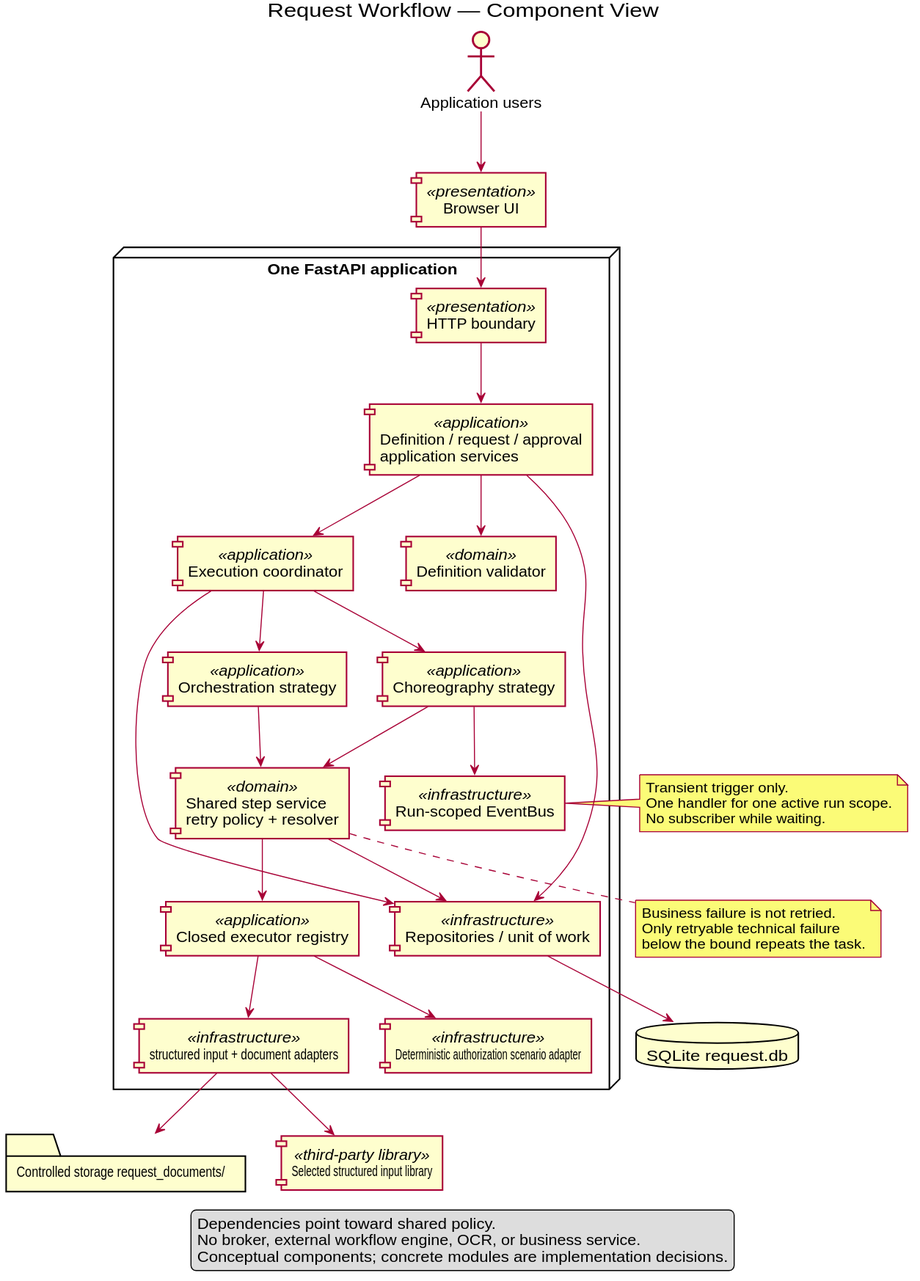
Before: docs/architecture/uml/rendered/component-view.svg, a diagram exported from PlantUML (MAES1102/WMS).
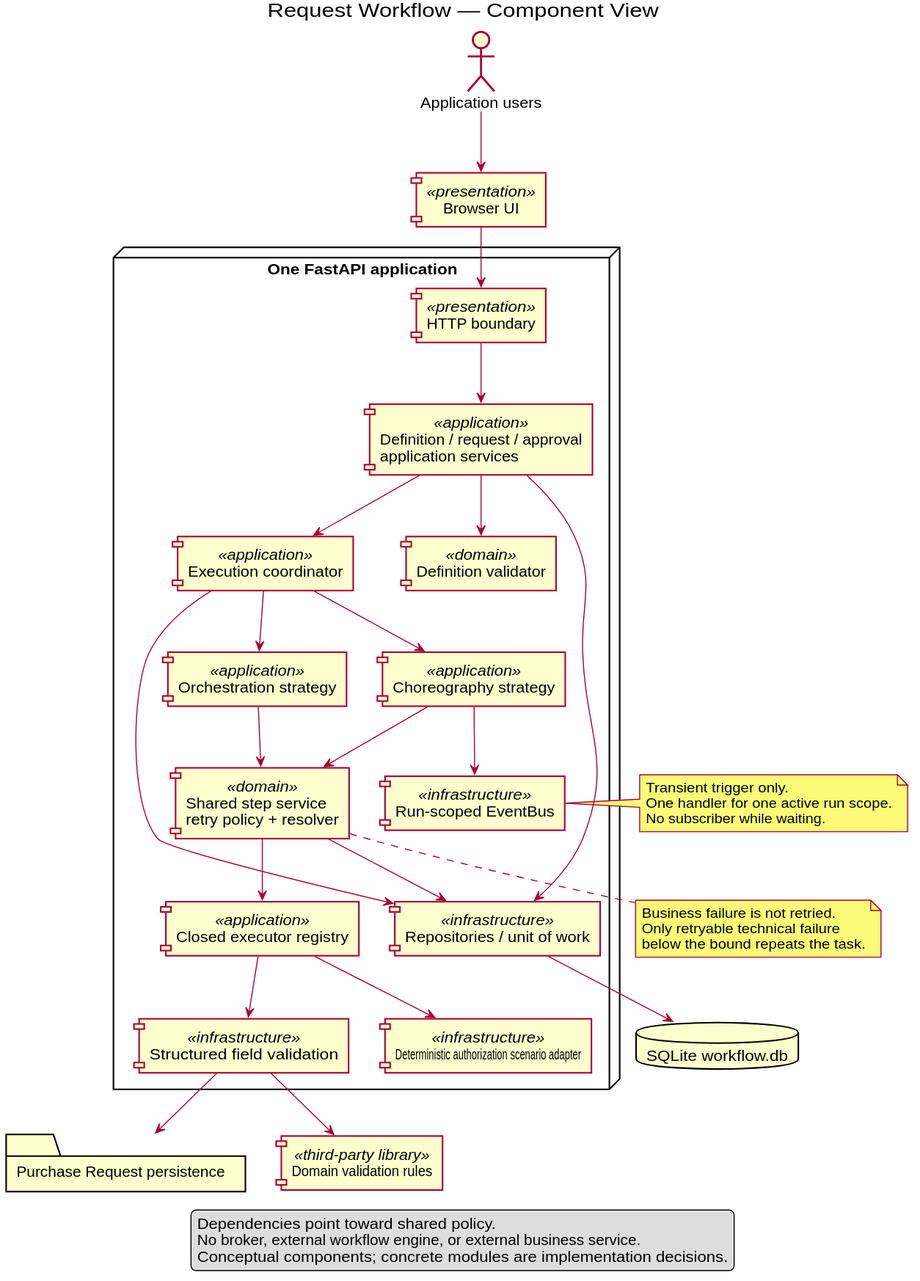
After the commit.

What changed in the source:
```diff
@@ -17,13 +17,13 @@
   component "Closed executor registry" as Executors <<application>>
   component "Run-scoped EventBus" as EventBus <<infrastructure>>
   component "Repositories / unit of work" as Repositories <<infrastructure>>
-  component "structured input + document adapters" as Documents <<infrastructure>>
+  component "Structured field validation" as StructuredBoundary <<infrastructure>>
   component "Deterministic authorization scenario adapter" as Faults <<infrastructure>>
 }
 
-database "SQLite request.db" as Database
-folder "Controlled storage request_documents/" as Storage
-component "Selected structured input library" as PdfLib <<third-party library>>
+database "SQLite workflow.db" as Database
+folder "Purchase Request persistence" as Storage
+component "Domain validation rules" as ValidationRules <<third-party library>>
 
 Users --> Browser
 Browser --> HTTP
@@ -36,14 +36,14 @@
 Choreography --> Step
 Choreography --> EventBus
 Step --> Executors
-Executors --> Documents
+Executors --> StructuredBoundary
 Executors --> Faults
 Services --> Repositories
 Coordinator --> Repositories
 Step --> Repositories
 Repositories --> Database
-Documents --> Storage
-Documents --> PdfLib
+StructuredBoundary --> Storage
+StructuredBoundary --> ValidationRules
 
 note right of EventBus
 Transient trigger only.
@@ -59,7 +59,7 @@
 
 legend
 Dependencies point toward shared policy.
-No broker, external workflow engine, OCR, or business service.
+No broker, external workflow engine, or external business service.
 Conceptual components; concrete modules are implementation decisions.
 endlegend
 @enduml
```
